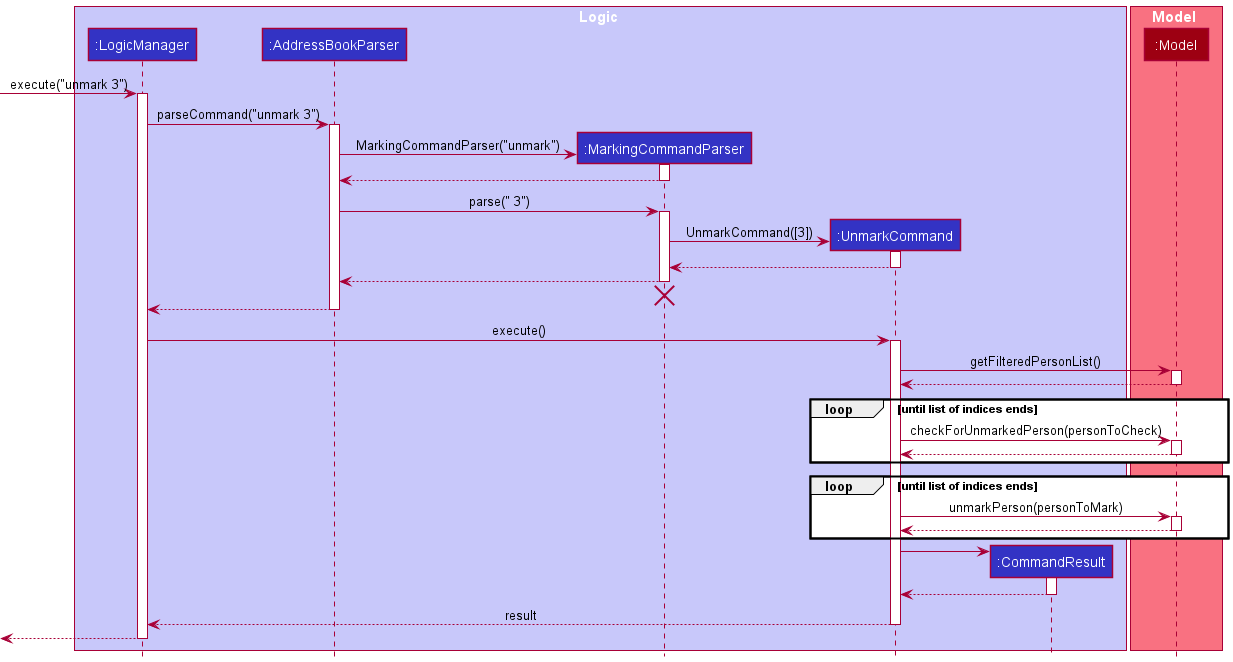
nus-cs2103-AY2122S1/tp keeps this PlantUML diagram as docs/images/UnmarkCommandSequenceDiagram.png. Above is the earlier version.
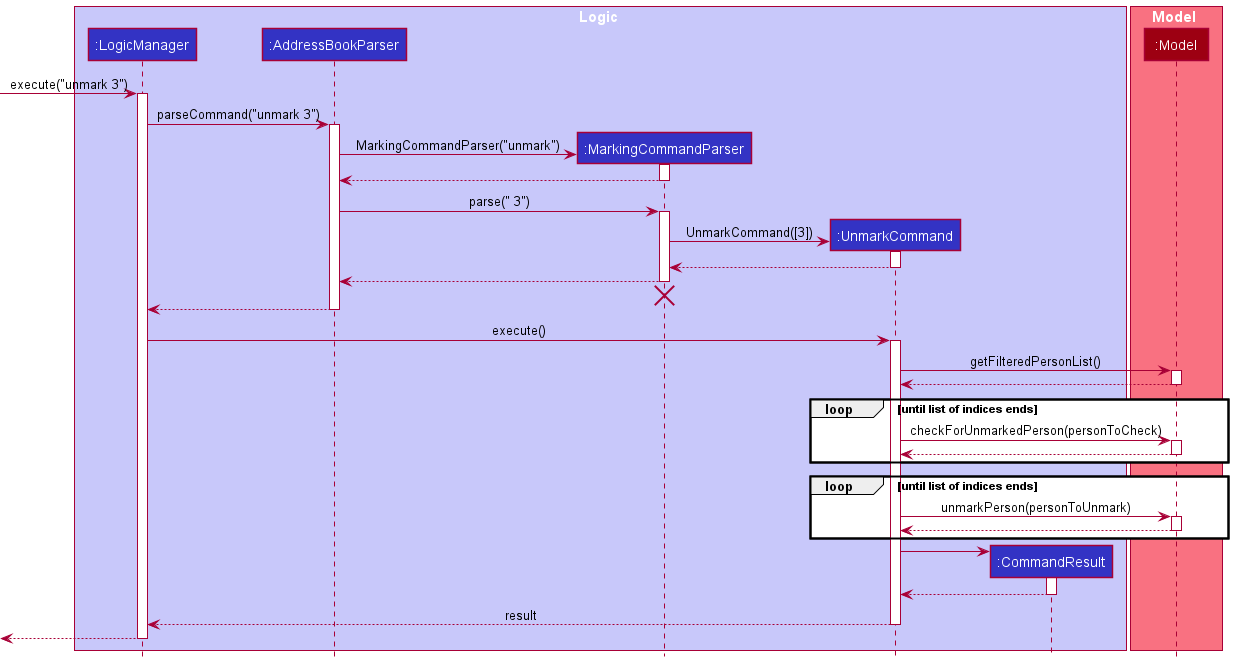
Above is the later version.

Commit message:
Edit Unmark sequence diagram

The edit, as a diff of the source:
```diff
@@ -64,7 +64,7 @@
 end
 
 loop until list of indices ends
-    UnmarkCommand -> Model: unmarkPerson(personToMark)
+    UnmarkCommand -> Model: unmarkPerson(personToUnmark)
     activate Model
     Model --> UnmarkCommand:
     deactivate Model
```
